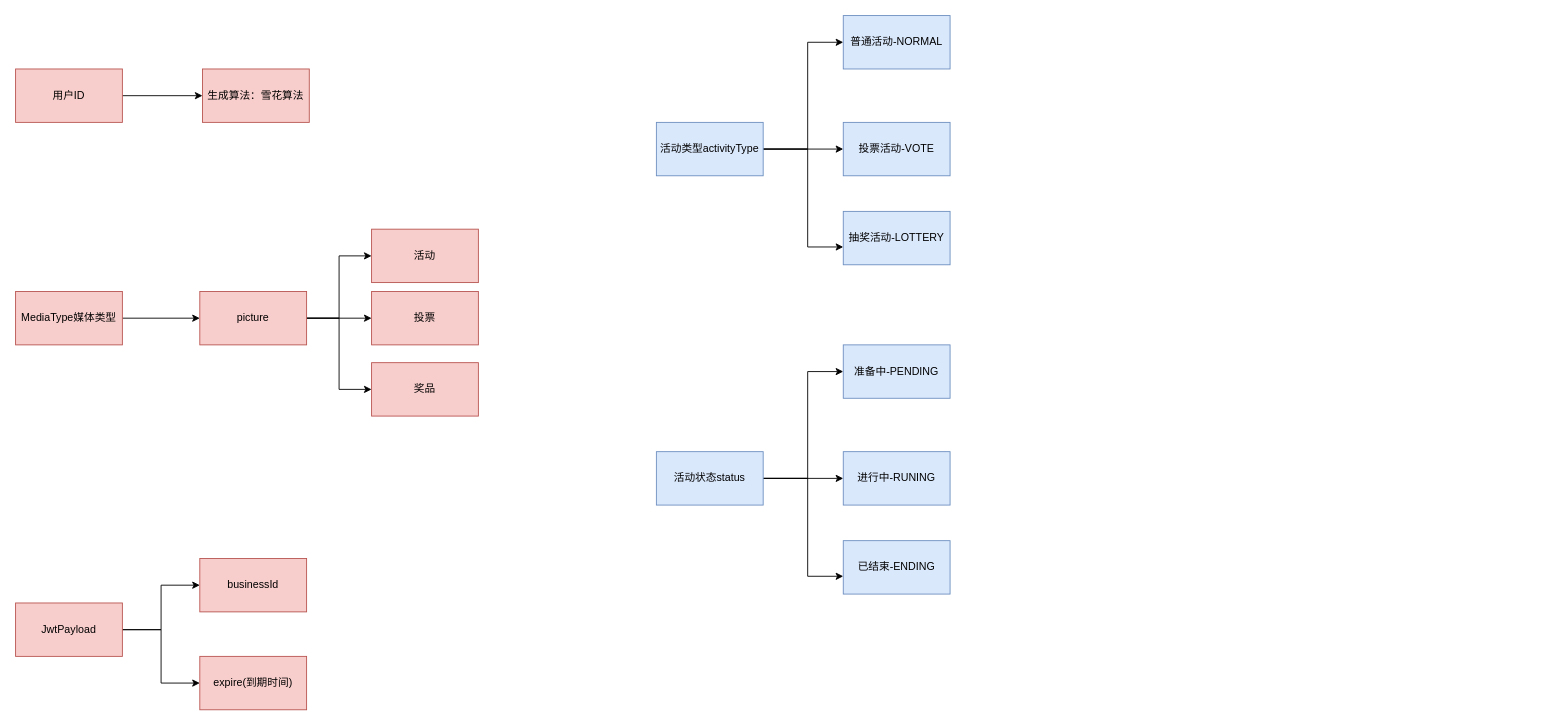
This is page "常量设计" (5 of 12) of Lottery.drawio from onlyactwo/DrawIO, a draw.io file, before an edit. Source tidied: cells renumbered, new cells numbered last; positions are measured from the earlier drawing's top-left corner, leaving out a move shared by most shapes. Both pictures are drawn from the tidied source at 89%, with x=0, y=0 at pixel (15, 15).
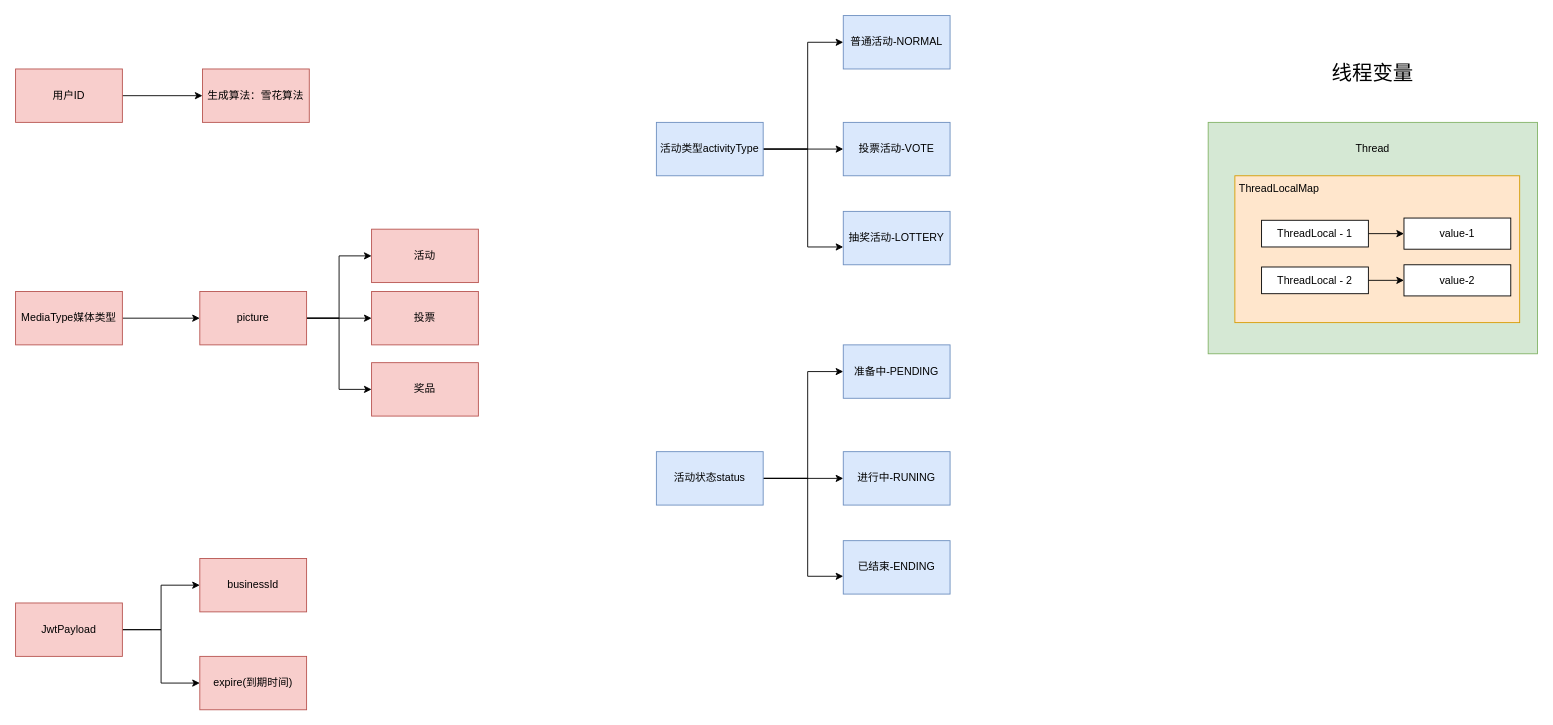
The same page after the edit.

What changed in the source:
```diff
@@
+    <mxCell id="33" style="rounded=0;whiteSpace=wrap;html=1;fillColor=#d5e8d4;strokeColor=#82b366;" parent="1" vertex="1">
+      <mxGeometry x="1340" y="120" width="370" height="260" as="geometry" />
+    </mxCell>
+    <mxCell id="34" value="Thread" style="text;html=1;align=center;verticalAlign=middle;whiteSpace=wrap;rounded=0;" parent="1" vertex="1">
+      <mxGeometry x="1495" y="135" width="60" height="30" as="geometry" />
+    </mxCell>
+    <mxCell id="35" style="rounded=0;whiteSpace=wrap;html=1;fillColor=#ffe6cc;strokeColor=#d79b00;" parent="1" vertex="1">
+      <mxGeometry x="1370" y="180" width="320" height="165" as="geometry" />
+    </mxCell>
+    <mxCell id="36" value="ThreadLocalMap" style="text;html=1;align=center;verticalAlign=middle;whiteSpace=wrap;rounded=0;" parent="1" vertex="1">
+      <mxGeometry x="1390" y="180" width="60" height="30" as="geometry" />
+    </mxCell>
+    <mxCell id="37" style="edgeStyle=orthogonalEdgeStyle;rounded=0;jettySize=auto;html=1;" parent="1" edge="1" source="38" target="39">
+      <mxGeometry relative="1" as="geometry" />
+    </mxCell>
+    <mxCell id="38" value="ThreadLocal - 1" style="rounded=0;whiteSpace=wrap;html=1;" parent="1" vertex="1">
+      <mxGeometry x="1400" y="230" width="120" height="30" as="geometry" />
+    </mxCell>
+    <mxCell id="39" value="value-1" style="whiteSpace=wrap;html=1;rounded=0;" parent="1" vertex="1">
+      <mxGeometry x="1560" y="227.5" width="120" height="35" as="geometry" />
+    </mxCell>
+    <mxCell id="40" style="edgeStyle=orthogonalEdgeStyle;rounded=0;jettySize=auto;html=1;" parent="1" edge="1" source="41" target="42">
+      <mxGeometry relative="1" as="geometry" />
+    </mxCell>
+    <mxCell id="41" value="ThreadLocal - 2" style="rounded=0;whiteSpace=wrap;html=1;" parent="1" vertex="1">
+      <mxGeometry x="1400" y="282.5" width="120" height="30" as="geometry" />
+    </mxCell>
+    <mxCell id="42" value="value-2" style="whiteSpace=wrap;html=1;rounded=0;" parent="1" vertex="1">
+      <mxGeometry x="1560" y="280" width="120" height="35" as="geometry" />
+    </mxCell>
+    <mxCell id="43" value="线程变量" style="text;html=1;align=center;verticalAlign=middle;whiteSpace=wrap;rounded=0;fontSize=23;" parent="1" vertex="1">
+      <mxGeometry x="1475" y="40" width="100" height="50" as="geometry" />
+    </mxCell>
```
